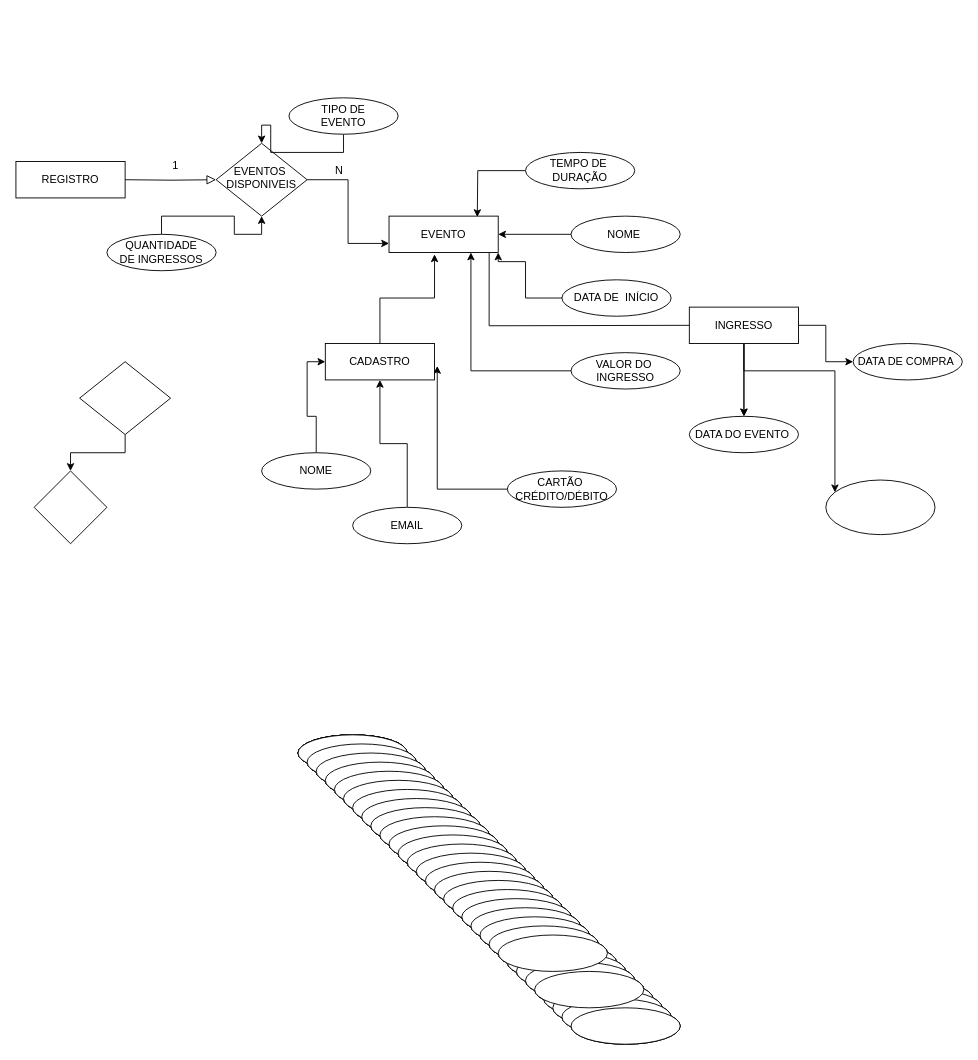
Before: Diagrama sem nome.drawio in maelmascarenhas/AulaJavaUnicap, a draw.io diagram. Source tidied: cells renumbered, new cells numbered last; positions are measured from the earlier drawing's top-left corner, leaving out a move shared by most shapes. Both pictures are drawn from the tidied source at 91%, with x=0, y=0 at pixel (15, 97).
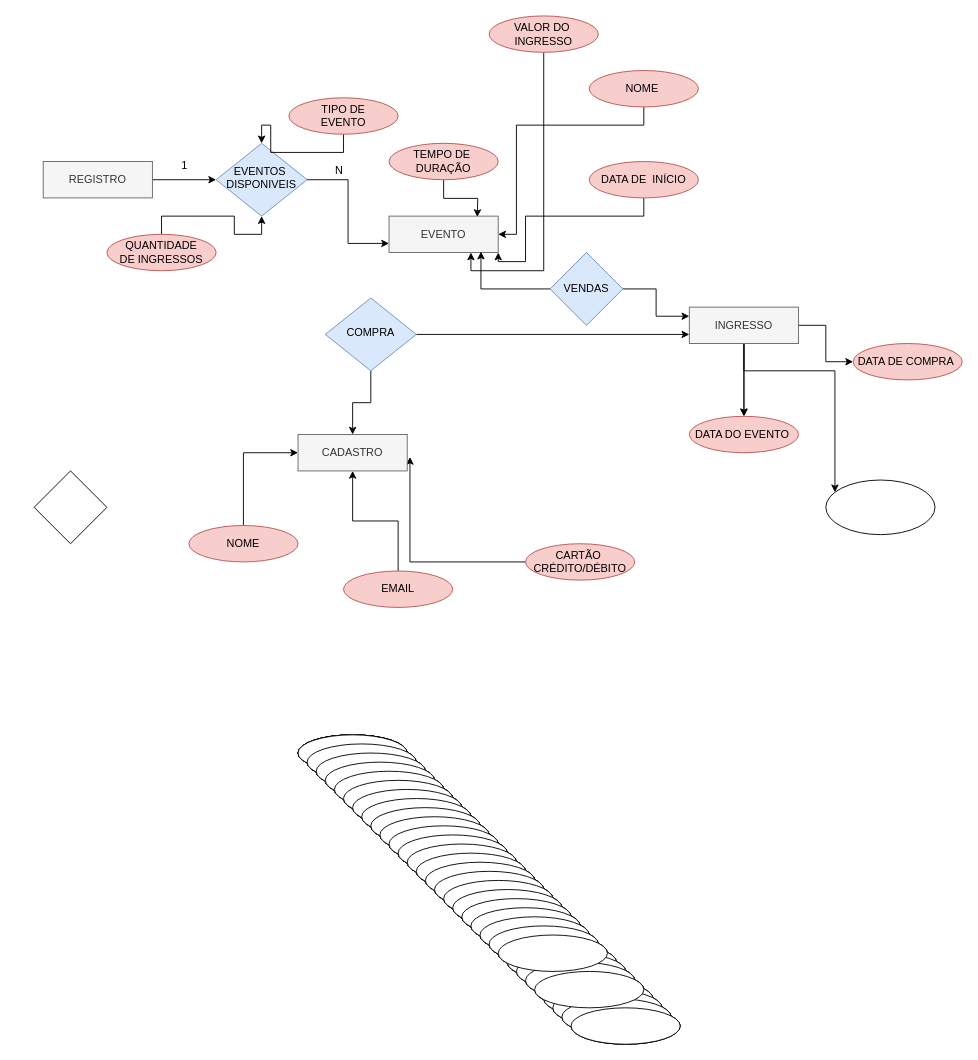
The same page after the edit.

The change refers to these unchanged cells:
```xml
<mxCell id="6" style="rhombus;whiteSpace=wrap;html=1;" parent="1" vertex="1">
  <mxGeometry x="20" y="410" width="80" height="80" as="geometry" />
</mxCell>
```

What changed in the source:
```diff
@@
-    <mxCell id="2" style="rounded=0;html=1;jettySize=auto;fontSize=11;endArrow=block;endFill=0;endSize=8;strokeWidth=1;shadow=0;labelBackgroundColor=none;edgeStyle=orthogonalEdgeStyle;entryX=0;entryY=0.5;entryDx=0;entryDy=0;" parent="1" edge="1" target="3">
-      <mxGeometry relative="1" as="geometry">
-        <mxPoint x="120" y="90" as="sourcePoint" />
-      </mxGeometry>
-    </mxCell>
-    <mxCell id="3" value="EVENTOS&amp;nbsp;&lt;br&gt;DISPONIVEIS" style="rhombus;whiteSpace=wrap;html=1;shadow=0;fontFamily=Helvetica;fontSize=12;align=center;strokeWidth=1;spacing=6;spacingTop=-4;" parent="1" vertex="1">
+    <mxCell id="3" value="EVENTOS&amp;nbsp;&lt;br&gt;DISPONIVEIS" style="rhombus;whiteSpace=wrap;html=1;shadow=0;fontFamily=Helvetica;fontSize=12;align=center;strokeWidth=1;spacing=6;spacingTop=-4;fillColor=#dae8fc;strokeColor=#6c8ebf;" parent="1" vertex="1">
       <mxGeometry x="220" y="50" width="100" height="80" as="geometry" />
     </mxCell>
-    <mxCell id="4" style="edgeStyle=orthogonalEdgeStyle;rounded=0;jettySize=auto;html=1;" parent="1" edge="1" source="5" target="6">
-      <mxGeometry relative="1" as="geometry" />
-    </mxCell>
+    <mxCell id="206" style="edgeStyle=orthogonalEdgeStyle;rounded=0;jettySize=auto;html=1;" parent="1" edge="1" source="5" target="197">
+      <mxGeometry relative="1" as="geometry" />
+    </mxCell>
+    <mxCell id="207" style="edgeStyle=orthogonalEdgeStyle;rounded=0;jettySize=auto;html=1;entryX=0;entryY=0.75;entryDx=0;entryDy=0;" parent="1" edge="1" source="5" target="202">
+      <mxGeometry relative="1" as="geometry" />
+    </mxCell>
-    <mxCell id="5" style="rhombus;whiteSpace=wrap;html=1;shadow=0;fontFamily=Helvetica;fontSize=12;align=center;strokeWidth=1;spacing=6;spacingTop=-4;" parent="1" vertex="1">
-      <mxGeometry x="70" y="290" width="100" height="80" as="geometry" />
+    <mxCell id="5" value="COMPRA" style="rhombus;whiteSpace=wrap;html=1;shadow=0;fontFamily=Helvetica;fontSize=12;align=center;strokeWidth=1;spacing=6;spacingTop=-4;fillColor=#dae8fc;strokeColor=#6c8ebf;" parent="1" vertex="1">
+      <mxGeometry x="340" y="220" width="100" height="80" as="geometry" />
     </mxCell>
@@
-    <mxCell id="8" value="CARTÃO&amp;nbsp;&lt;br&gt;CRÉDITO/DÉBITO" style="ellipse;whiteSpace=wrap;html=1;" parent="1" vertex="1">
-      <mxGeometry x="540" y="410" width="120" height="40" as="geometry" />
+    <mxCell id="8" value="CARTÃO&amp;nbsp;&lt;br&gt;CRÉDITO/DÉBITO" style="ellipse;whiteSpace=wrap;html=1;fillColor=#f8cecc;strokeColor=#b85450;" parent="1" vertex="1">
+      <mxGeometry x="560" y="490" width="120" height="40" as="geometry" />
     </mxCell>
@@
-    <mxCell id="10" value="EMAIL" style="ellipse;whiteSpace=wrap;html=1;" parent="1" vertex="1">
-      <mxGeometry x="370" y="450" width="120" height="40" as="geometry" />
+    <mxCell id="10" value="EMAIL" style="ellipse;whiteSpace=wrap;html=1;fillColor=#f8cecc;strokeColor=#b85450;" parent="1" vertex="1">
+      <mxGeometry x="360" y="520" width="120" height="40" as="geometry" />
     </mxCell>
@@
-    <mxCell id="154" value="QUANTIDADE &lt;br&gt;DE INGRESSOS" style="ellipse;whiteSpace=wrap;html=1;rotation=0;" parent="1" vertex="1">
+    <mxCell id="154" value="QUANTIDADE &lt;br&gt;DE INGRESSOS" style="ellipse;whiteSpace=wrap;html=1;rotation=0;fillColor=#f8cecc;strokeColor=#b85450;" parent="1" vertex="1">
       <mxGeometry x="100" y="150" width="120" height="40" as="geometry" />
     </mxCell>
@@
-    <mxCell id="156" value="VALOR DO&amp;nbsp;&lt;br&gt;INGRESSO" style="ellipse;whiteSpace=wrap;html=1;rotation=0;" parent="1" vertex="1">
-      <mxGeometry x="610" y="280" width="120" height="40" as="geometry" />
+    <mxCell id="156" value="VALOR DO&amp;nbsp;&lt;br&gt;INGRESSO" style="ellipse;whiteSpace=wrap;html=1;rotation=0;fillColor=#f8cecc;strokeColor=#b85450;" parent="1" vertex="1">
+      <mxGeometry x="520" y="-90" width="120" height="40" as="geometry" />
     </mxCell>
@@
-    <mxCell id="181" value="NOME" style="ellipse;whiteSpace=wrap;html=1;rotation=0;" parent="1" vertex="1">
-      <mxGeometry x="270" y="390" width="120" height="40" as="geometry" />
+    <mxCell id="181" value="NOME" style="ellipse;whiteSpace=wrap;html=1;rotation=0;fillColor=#f8cecc;strokeColor=#b85450;" parent="1" vertex="1">
+      <mxGeometry x="190" y="470" width="120" height="40" as="geometry" />
     </mxCell>
@@
-    <mxCell id="183" value="TIPO DE&lt;br&gt;EVENTO" style="ellipse;whiteSpace=wrap;html=1;rotation=0;" parent="1" vertex="1">
+    <mxCell id="183" value="TIPO DE&lt;br&gt;EVENTO" style="ellipse;whiteSpace=wrap;html=1;rotation=0;fillColor=#f8cecc;strokeColor=#b85450;" parent="1" vertex="1">
       <mxGeometry x="300" width="120" height="40" as="geometry" />
     </mxCell>
@@
-    <mxCell id="185" value="TEMPO DE&amp;nbsp;&lt;br&gt;DURAÇÃO" style="ellipse;whiteSpace=wrap;html=1;rotation=0;" parent="1" vertex="1">
-      <mxGeometry x="560" y="60" width="120" height="40" as="geometry" />
+    <mxCell id="185" value="TEMPO DE&amp;nbsp;&lt;br&gt;DURAÇÃO" style="ellipse;whiteSpace=wrap;html=1;rotation=0;fillColor=#f8cecc;strokeColor=#b85450;" parent="1" vertex="1">
+      <mxGeometry x="410" y="50" width="120" height="40" as="geometry" />
     </mxCell>
     <mxCell id="186" style="edgeStyle=orthogonalEdgeStyle;rounded=0;jettySize=auto;html=1;entryX=1;entryY=1;entryDx=0;entryDy=0;" parent="1" edge="1" source="187">
       <mxGeometry relative="1" as="geometry">
         <mxPoint x="530" y="170" as="targetPoint" />
         <Array as="points">
-          <mxPoint x="560" y="220" />
+          <mxPoint x="690" y="130" />
+          <mxPoint x="560" y="130" />
           <mxPoint x="560" y="180" />
           <mxPoint x="530" y="180" />
         </Array>
       </mxGeometry>
     </mxCell>
-    <mxCell id="187" value="DATA DE&amp;nbsp; INÍCIO" style="ellipse;whiteSpace=wrap;html=1;rotation=0;" parent="1" vertex="1">
-      <mxGeometry x="600" y="200" width="120" height="40" as="geometry" />
+    <mxCell id="187" value="DATA DE&amp;nbsp; INÍCIO" style="ellipse;whiteSpace=wrap;html=1;rotation=0;fillColor=#f8cecc;strokeColor=#b85450;" parent="1" vertex="1">
+      <mxGeometry x="630" y="70" width="120" height="40" as="geometry" />
     </mxCell>
     <mxCell id="188" style="edgeStyle=orthogonalEdgeStyle;rounded=0;jettySize=auto;html=1;" parent="1" edge="1" source="189">
       <mxGeometry relative="1" as="geometry">
         <mxPoint x="530" y="150" as="targetPoint" />
+        <Array as="points">
+          <mxPoint x="690" y="30" />
+          <mxPoint x="550" y="30" />
+          <mxPoint x="550" y="150" />
+        </Array>
       </mxGeometry>
     </mxCell>
-    <mxCell id="189" value="NOME&amp;nbsp;" style="ellipse;whiteSpace=wrap;html=1;rotation=0;" parent="1" vertex="1">
-      <mxGeometry x="610" y="130" width="120" height="40" as="geometry" />
+    <mxCell id="189" value="NOME&amp;nbsp;" style="ellipse;whiteSpace=wrap;html=1;rotation=0;fillColor=#f8cecc;strokeColor=#b85450;" parent="1" vertex="1">
+      <mxGeometry x="630" y="-30" width="120" height="40" as="geometry" />
     </mxCell>
@@
-    <mxCell id="191" style="edgeStyle=orthogonalEdgeStyle;rounded=0;jettySize=auto;html=1;entryX=0.917;entryY=0.75;entryDx=0;entryDy=0;entryPerimeter=0;" parent="1" edge="1" target="195">
-      <mxGeometry relative="1" as="geometry">
-        <mxPoint x="740" y="250" as="sourcePoint" />
-      </mxGeometry>
-    </mxCell>
     <mxCell id="192" value="1" style="text;html=1;align=center;verticalAlign=middle;fillColor=none;strokeColor=none;rounded=0;" parent="1" vertex="1">
-      <mxGeometry x="160" y="60" width="30" height="30" as="geometry" />
+      <mxGeometry x="170" y="60" width="30" height="30" as="geometry" />
     </mxCell>
@@
-    <mxCell id="194" value="REGISTRO" style="rounded=0;whiteSpace=wrap;html=1;" parent="1" vertex="1">
-      <mxGeometry y="70" width="120" height="40" as="geometry" />
-    </mxCell>
-    <mxCell id="195" value="EVENTO" style="rounded=0;whiteSpace=wrap;html=1;" parent="1" vertex="1">
+    <mxCell id="195" value="EVENTO" style="rounded=0;whiteSpace=wrap;html=1;fillColor=#f5f5f5;strokeColor=#666666;fontColor=#333333;" parent="1" vertex="1">
       <mxGeometry x="410" y="130" width="120" height="40" as="geometry" />
     </mxCell>
-    <mxCell id="196" style="edgeStyle=orthogonalEdgeStyle;rounded=0;jettySize=auto;html=1;entryX=0.417;entryY=1.05;entryDx=0;entryDy=0;entryPerimeter=0;" parent="1" edge="1" source="197" target="195">
-      <mxGeometry relative="1" as="geometry" />
-    </mxCell>
-    <mxCell id="197" value="CADASTRO" style="rounded=0;whiteSpace=wrap;html=1;" parent="1" vertex="1">
-      <mxGeometry x="340" y="270" width="120" height="40" as="geometry" />
+    <mxCell id="197" value="CADASTRO" style="rounded=0;whiteSpace=wrap;html=1;fillColor=#f5f5f5;fontColor=#333333;strokeColor=#666666;" parent="1" vertex="1">
+      <mxGeometry x="310" y="370" width="120" height="40" as="geometry" />
     </mxCell>
@@
-    <mxCell id="202" value="INGRESSO" style="rounded=0;whiteSpace=wrap;html=1;" parent="1" vertex="1">
+    <mxCell id="202" value="INGRESSO" style="rounded=0;whiteSpace=wrap;html=1;fillColor=#f5f5f5;strokeColor=#666666;fontColor=#333333;" parent="1" vertex="1">
       <mxGeometry x="740" y="230" width="120" height="40" as="geometry" />
     </mxCell>
-    <mxCell id="203" value="DATA DE COMPRA&amp;nbsp;" style="ellipse;whiteSpace=wrap;html=1;rounded=0;" parent="1" vertex="1">
+    <mxCell id="203" value="DATA DE COMPRA&amp;nbsp;" style="ellipse;whiteSpace=wrap;html=1;rounded=0;fillColor=#f8cecc;strokeColor=#b85450;" parent="1" vertex="1">
       <mxGeometry x="920" y="270" width="120" height="40" as="geometry" />
     </mxCell>
-    <mxCell id="204" value="DATA DO EVENTO&amp;nbsp;" style="ellipse;whiteSpace=wrap;html=1;rounded=0;" parent="1" vertex="1">
+    <mxCell id="204" value="DATA DO EVENTO&amp;nbsp;" style="ellipse;whiteSpace=wrap;html=1;rounded=0;fillColor=#f8cecc;strokeColor=#b85450;" parent="1" vertex="1">
       <mxGeometry x="740" y="350" width="120" height="40" as="geometry" />
     </mxCell>
@@
+    <mxCell id="208" style="edgeStyle=orthogonalEdgeStyle;rounded=0;jettySize=auto;html=1;entryX=0.842;entryY=0.975;entryDx=0;entryDy=0;entryPerimeter=0;" parent="1" edge="1" source="210" target="195">
+      <mxGeometry relative="1" as="geometry" />
+    </mxCell>
+    <mxCell id="209" style="edgeStyle=orthogonalEdgeStyle;rounded=0;jettySize=auto;html=1;exitX=1;exitY=0.5;exitDx=0;exitDy=0;entryX=0;entryY=0.25;entryDx=0;entryDy=0;" parent="1" edge="1" source="210" target="202">
+      <mxGeometry relative="1" as="geometry" />
+    </mxCell>
+    <mxCell id="210" value="VENDAS" style="rhombus;whiteSpace=wrap;html=1;fillColor=#dae8fc;strokeColor=#6c8ebf;" parent="1" vertex="1">
+      <mxGeometry x="587" y="170" width="80" height="80" as="geometry" />
+    </mxCell>
+    <mxCell id="211" style="edgeStyle=orthogonalEdgeStyle;rounded=0;jettySize=auto;html=1;" parent="1" edge="1" source="194" target="3">
+      <mxGeometry relative="1" as="geometry" />
+    </mxCell>
+    <mxCell id="194" value="REGISTRO" style="rounded=0;whiteSpace=wrap;html=1;fillColor=#f5f5f5;fontColor=#333333;strokeColor=#666666;" parent="1" vertex="1">
+      <mxGeometry x="30" y="70" width="120" height="40" as="geometry" />
+    </mxCell>
```
